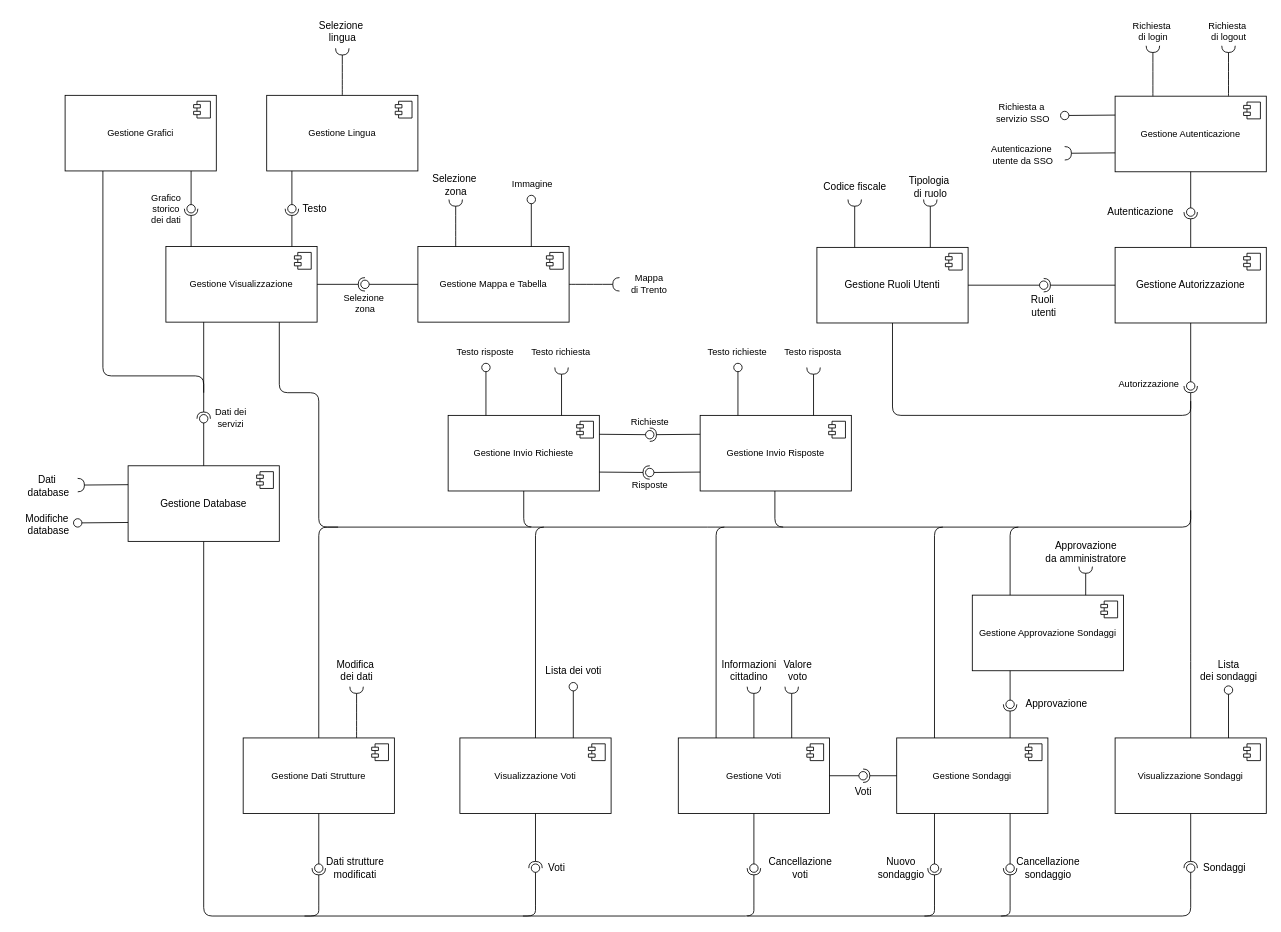
The draw.io diagram page "Page-4" (1 of 4) of deliverable/images/ComponentDiagrams/ComponentDiagram.drawio in lucafano04/progettoIngenieriaSoftware, before the edit. Source tidied: cells renumbered, new cells numbered last; positions are measured from the earlier drawing's top-left corner, leaving out a move shared by most shapes. Both pictures are drawn from the tidied source at 84%, with x=0, y=0 at pixel (14, 14).
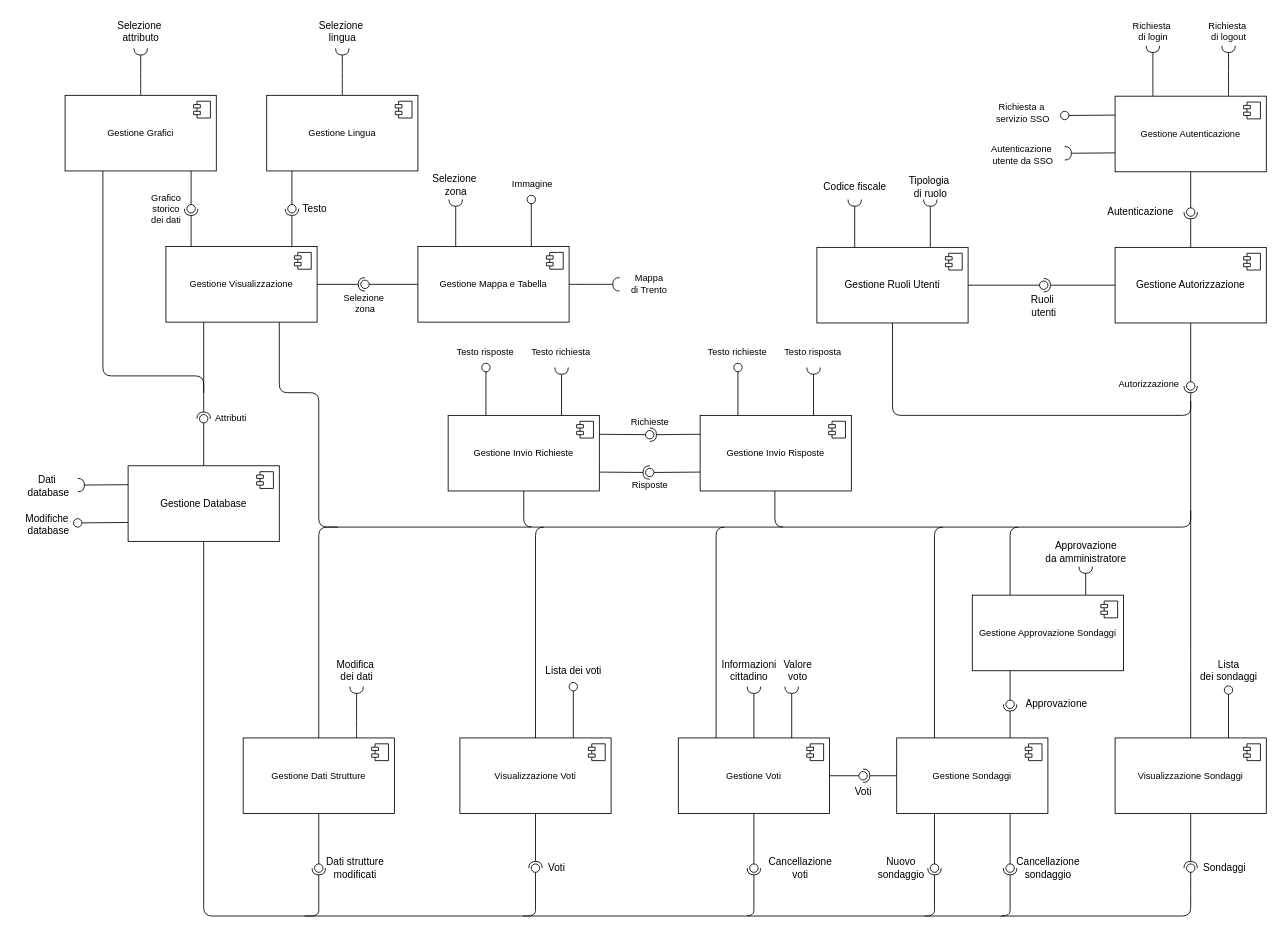
Above is the later version.

Commit message (it also covers changes not shown here):
updated component diagram

Unchanged cells that the change refers to:
```xml
<mxCell id="23" value="Gestione Grafici" style="html=1;whiteSpace=wrap;fontFamily=Helvetica;fontSize=11;fontColor=default;labelBackgroundColor=default;" parent="1" vertex="1">
  <mxGeometry x="60" y="96" width="180" height="90" as="geometry" />
</mxCell>
```

The edit, as a diff of the source:
```diff
@@
-    <mxCell id="14" value="Dati dei&lt;div&gt;servizi&lt;/div&gt;" style="text;html=1;align=center;verticalAlign=middle;strokeColor=none;fillColor=none;fontFamily=Helvetica;fontSize=11;fontColor=default;labelBackgroundColor=default;" parent="1" vertex="1">
-      <mxGeometry x="227" y="460" width="60" height="40" as="geometry" />
+    <mxCell id="14" value="Attributi" style="text;html=1;align=center;verticalAlign=middle;strokeColor=none;fillColor=none;fontFamily=Helvetica;fontSize=11;fontColor=default;labelBackgroundColor=default;" parent="1" vertex="1">
+      <mxGeometry x="227" y="465" width="60" height="30" as="geometry" />
     </mxCell>
@@
+    <mxCell id="162" style="rounded=0;jettySize=auto;html=1;endArrow=halfCircle;endFill=0;endSize=6;strokeWidth=1;sketch=0;fontSize=12;curved=1;exitX=0.5;exitY=0;exitDx=0;exitDy=0;" parent="1" edge="1" source="23">
+      <mxGeometry relative="1" as="geometry">
+        <mxPoint x="150" y="40" as="targetPoint" />
+      </mxGeometry>
+    </mxCell>
+    <mxCell id="163" value="Selezione&amp;nbsp;&lt;div&gt;attributo&lt;/div&gt;" style="text;html=1;align=center;verticalAlign=middle;strokeColor=none;fillColor=none;" parent="1" vertex="1">
+      <mxGeometry x="110" width="80" height="40" as="geometry" />
+    </mxCell>
```
